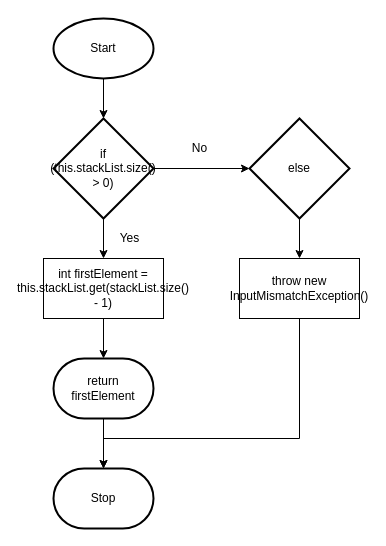
Earlier version of the draw.io diagram design/peek.drawio (michael-clermont1/ics4u-unit2-03-typescript). Source tidied: cells renumbered, new cells numbered last; positions are measured from the earlier drawing's top-left corner, leaving out a move shared by most shapes. Both pictures are drawn from the tidied source at 100%, with x=0, y=0 at pixel (43, 18).
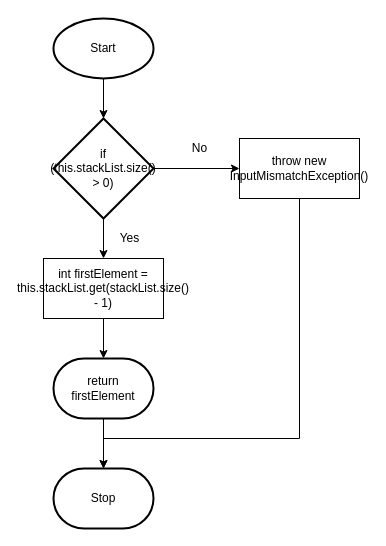
The same page after the edit.

The edit, as a diff of the source:
```diff
@@
 <mxGraphModel>
   <root>
     <mxCell id="0" />
     <mxCell id="1" parent="0" />
     <mxCell id="2" style="edgeStyle=orthogonalEdgeStyle;rounded=0;html=1;entryX=0.5;entryY=0;entryDx=0;entryDy=0;entryPerimeter=0;" parent="1" edge="1" source="3" target="10">
       <mxGeometry relative="1" as="geometry" />
     </mxCell>
     <mxCell id="3" value="Start" style="strokeWidth=2;html=1;shape=mxgraph.flowchart.start_1;whiteSpace=wrap;" parent="1" vertex="1">
       <mxGeometry x="10" width="100" height="60" as="geometry" />
     </mxCell>
     <mxCell id="4" style="edgeStyle=none;html=1;entryX=0.5;entryY=0;entryDx=0;entryDy=0;entryPerimeter=0;" parent="1" edge="1" source="5" target="17">
       <mxGeometry relative="1" as="geometry" />
     </mxCell>
     <mxCell id="5" value="int firstElement = this.stackList.get(stackList.size() - 1)" style="rounded=0;whiteSpace=wrap;html=1;" parent="1" vertex="1">
       <mxGeometry y="240" width="120" height="60" as="geometry" />
     </mxCell>
-    <mxCell id="6" style="edgeStyle=orthogonalEdgeStyle;rounded=0;html=1;entryX=0.5;entryY=0;entryDx=0;entryDy=0;" parent="1" edge="1" source="7" target="12">
-      <mxGeometry relative="1" as="geometry" />
-    </mxCell>
-    <mxCell id="7" value="else" style="strokeWidth=2;html=1;shape=mxgraph.flowchart.decision;whiteSpace=wrap;" parent="1" vertex="1">
-      <mxGeometry x="206" y="100" width="100" height="100" as="geometry" />
-    </mxCell>
     <mxCell id="8" style="edgeStyle=orthogonalEdgeStyle;rounded=0;html=1;entryX=0.5;entryY=0;entryDx=0;entryDy=0;" parent="1" edge="1" source="10" target="5">
       <mxGeometry relative="1" as="geometry" />
     </mxCell>
-    <mxCell id="9" style="edgeStyle=orthogonalEdgeStyle;rounded=0;html=1;entryX=0;entryY=0.5;entryDx=0;entryDy=0;entryPerimeter=0;" parent="1" edge="1" source="10" target="7">
-      <mxGeometry relative="1" as="geometry" />
-    </mxCell>
+    <mxCell id="11" style="edgeStyle=orthogonalEdgeStyle;html=1;entryX=0;entryY=0.5;entryDx=0;entryDy=0;rounded=0;" parent="1" edge="1" source="10" target="12">
+      <mxGeometry relative="1" as="geometry" />
+    </mxCell>
     <mxCell id="10" value="&lt;span&gt;if (this.stackList.size() &amp;gt; 0)&lt;/span&gt;" style="strokeWidth=2;html=1;shape=mxgraph.flowchart.decision;whiteSpace=wrap;" parent="1" vertex="1">
       <mxGeometry x="10" y="100" width="100" height="100" as="geometry" />
     </mxCell>
-    <mxCell id="11" style="edgeStyle=orthogonalEdgeStyle;html=1;entryX=0.5;entryY=0;entryDx=0;entryDy=0;entryPerimeter=0;rounded=0;" parent="1" edge="1" source="12" target="13">
-      <mxGeometry relative="1" as="geometry">
-        <Array as="points">
-          <mxPoint x="256" y="420" />
-          <mxPoint x="60" y="420" />
-        </Array>
-      </mxGeometry>
-    </mxCell>
+    <mxCell id="18" style="edgeStyle=orthogonalEdgeStyle;rounded=0;html=1;entryX=0.5;entryY=0;entryDx=0;entryDy=0;entryPerimeter=0;" parent="1" edge="1" source="12" target="13">
+      <mxGeometry relative="1" as="geometry">
+        <Array as="points">
+          <mxPoint x="256" y="420" />
+          <mxPoint x="60" y="420" />
+        </Array>
+      </mxGeometry>
+    </mxCell>
     <mxCell id="12" value="throw new InputMismatchException()" style="rounded=0;whiteSpace=wrap;html=1;" parent="1" vertex="1">
-      <mxGeometry x="196" y="240" width="120" height="60" as="geometry" />
+      <mxGeometry x="196" y="120" width="120" height="60" as="geometry" />
     </mxCell>
     <mxCell id="13" value="Stop" style="strokeWidth=2;html=1;shape=mxgraph.flowchart.terminator;whiteSpace=wrap;" parent="1" vertex="1">
       <mxGeometry x="10" y="450" width="100" height="60" as="geometry" />
     </mxCell>
     <mxCell id="14" value="Yes" style="text;html=1;align=center;verticalAlign=middle;strokeColor=none;fillColor=none;" parent="1" vertex="1">
       <mxGeometry x="66" y="210" width="40" height="20" as="geometry" />
     </mxCell>
     <mxCell id="15" value="No" style="text;html=1;align=center;verticalAlign=middle;strokeColor=none;fillColor=none;" parent="1" vertex="1">
       <mxGeometry x="141" y="120" width="30" height="20" as="geometry" />
     </mxCell>
     <mxCell id="16" style="edgeStyle=none;html=1;" parent="1" edge="1" source="17" target="13">
       <mxGeometry relative="1" as="geometry" />
     </mxCell>
     <mxCell id="17" value="return firstElement" style="strokeWidth=2;html=1;shape=mxgraph.flowchart.terminator;whiteSpace=wrap;" parent="1" vertex="1">
       <mxGeometry x="10" y="340" width="100" height="60" as="geometry" />
     </mxCell>
   </root>
 </mxGraphModel>
```
